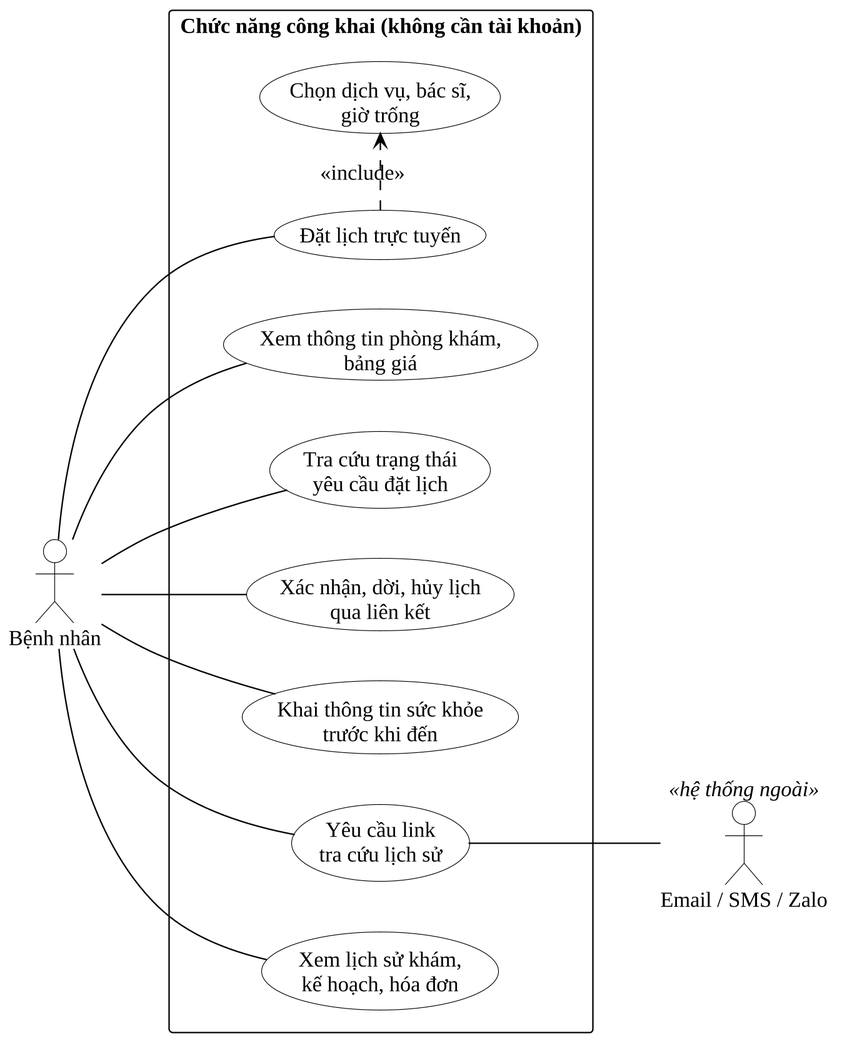
Before: docs/10_Thesis/bao-cao/hinh/2-6-use-case-benh-nhan.png, a diagram exported from PlantUML (Trantuan0310/dental-clinic-nestjs-react). Its diagram source:
```plantuml
@startuml
!include _kieu.iuml
left to right direction
actor "Bệnh nhân" as BN
actor "Email / SMS / Zalo" as MS <<hệ thống ngoài>>
rectangle "Chức năng công khai (không cần tài khoản)" {
  usecase "Xem thông tin phòng khám,\nbảng giá" as a
  usecase "Đặt lịch trực tuyến" as b
  usecase "Chọn dịch vụ, bác sĩ,\ngiờ trống" as b2
  usecase "Tra cứu trạng thái\nyêu cầu đặt lịch" as c
  usecase "Xác nhận, dời, hủy lịch\nqua liên kết" as d
  usecase "Khai thông tin sức khỏe\ntrước khi đến" as e
  usecase "Yêu cầu link\ntra cứu lịch sử" as f
  usecase "Xem lịch sử khám,\nkế hoạch, hóa đơn" as g
}
BN -- a
BN -- b
BN -- c
BN -- d
BN -- e
BN -- f
BN -- g
b .> b2 : <<include>>
f -- MS
@enduml
```
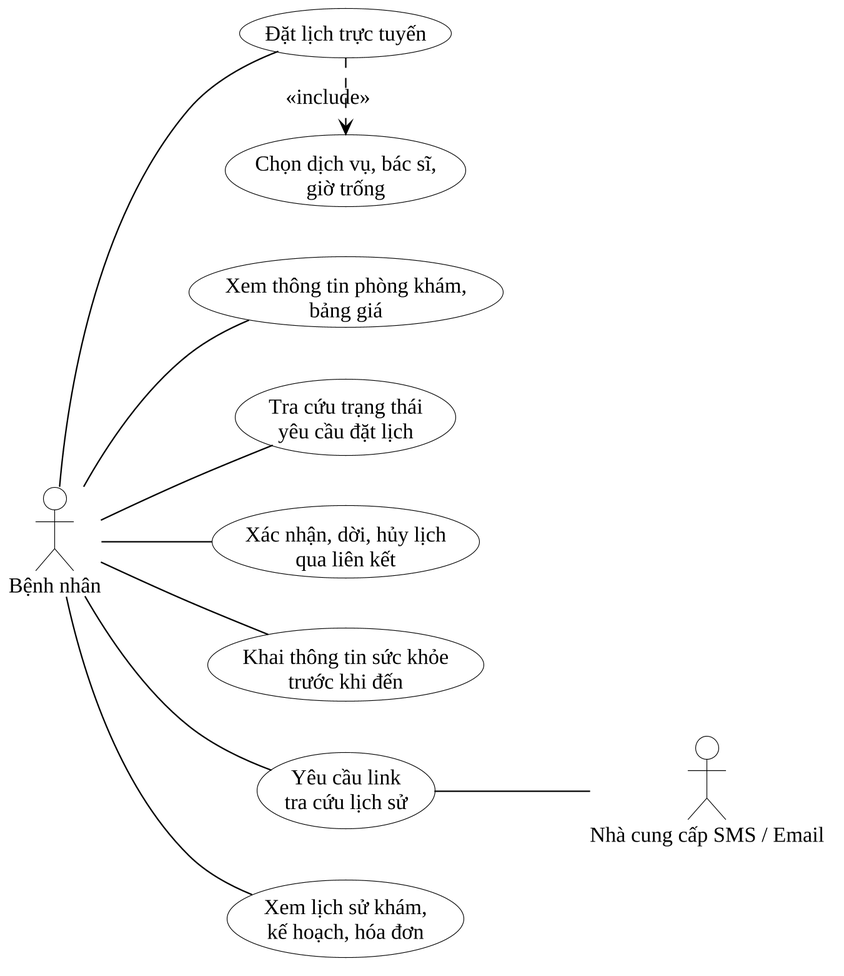
After the commit.

What changed in the source:
```diff
@@ -2,17 +2,15 @@
 !include _kieu.iuml
 left to right direction
 actor "Bệnh nhân" as BN
-actor "Email / SMS / Zalo" as MS <<hệ thống ngoài>>
-rectangle "Chức năng công khai (không cần tài khoản)" {
-  usecase "Xem thông tin phòng khám,\nbảng giá" as a
-  usecase "Đặt lịch trực tuyến" as b
-  usecase "Chọn dịch vụ, bác sĩ,\ngiờ trống" as b2
-  usecase "Tra cứu trạng thái\nyêu cầu đặt lịch" as c
-  usecase "Xác nhận, dời, hủy lịch\nqua liên kết" as d
-  usecase "Khai thông tin sức khỏe\ntrước khi đến" as e
-  usecase "Yêu cầu link\ntra cứu lịch sử" as f
-  usecase "Xem lịch sử khám,\nkế hoạch, hóa đơn" as g
-}
+actor "Nhà cung cấp SMS / Email" as MS
+usecase "Xem thông tin phòng khám,\nbảng giá" as a
+usecase "Đặt lịch trực tuyến" as b
+usecase "Chọn dịch vụ, bác sĩ,\ngiờ trống" as b2
+usecase "Tra cứu trạng thái\nyêu cầu đặt lịch" as c
+usecase "Xác nhận, dời, hủy lịch\nqua liên kết" as d
+usecase "Khai thông tin sức khỏe\ntrước khi đến" as e
+usecase "Yêu cầu link\ntra cứu lịch sử" as f
+usecase "Xem lịch sử khám,\nkế hoạch, hóa đơn" as g
 BN -- a
 BN -- b
 BN -- c
```
